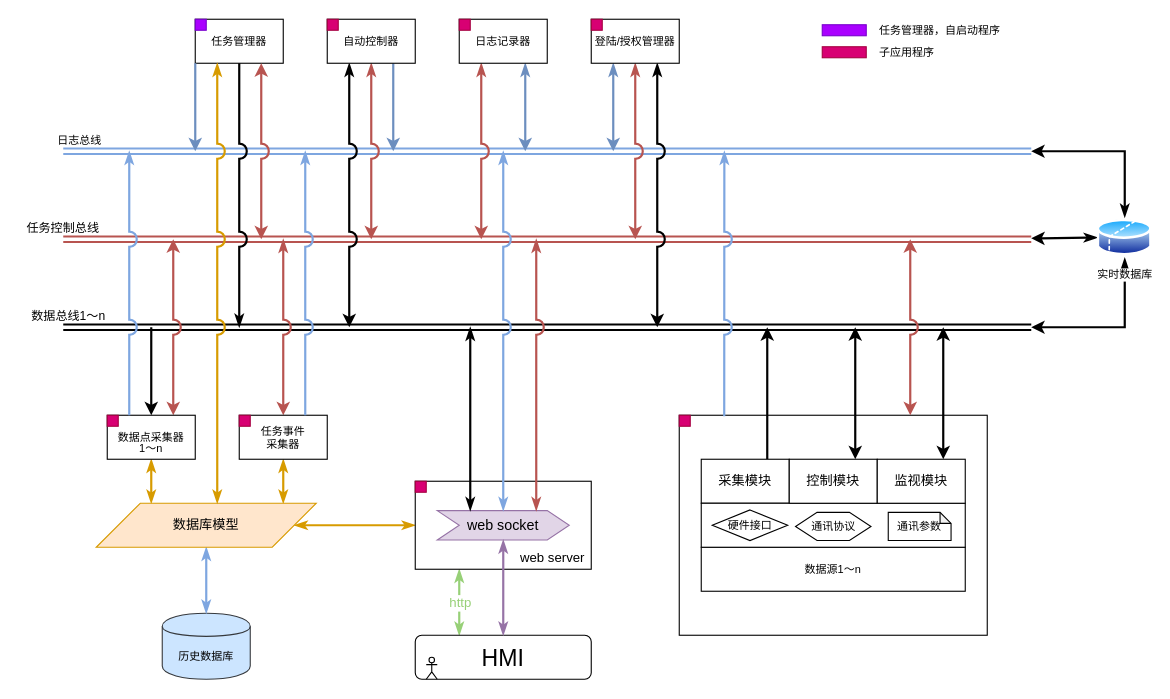
Before: 未命名绘图.drawio in bedreamer/draw.io, a draw.io diagram. Source tidied: cells renumbered, new cells numbered last; positions are measured from the earlier drawing's top-left corner, leaving out a move shared by most shapes. Both pictures are drawn from the tidied source at 110%, with x=0, y=0 at pixel (19, 19).
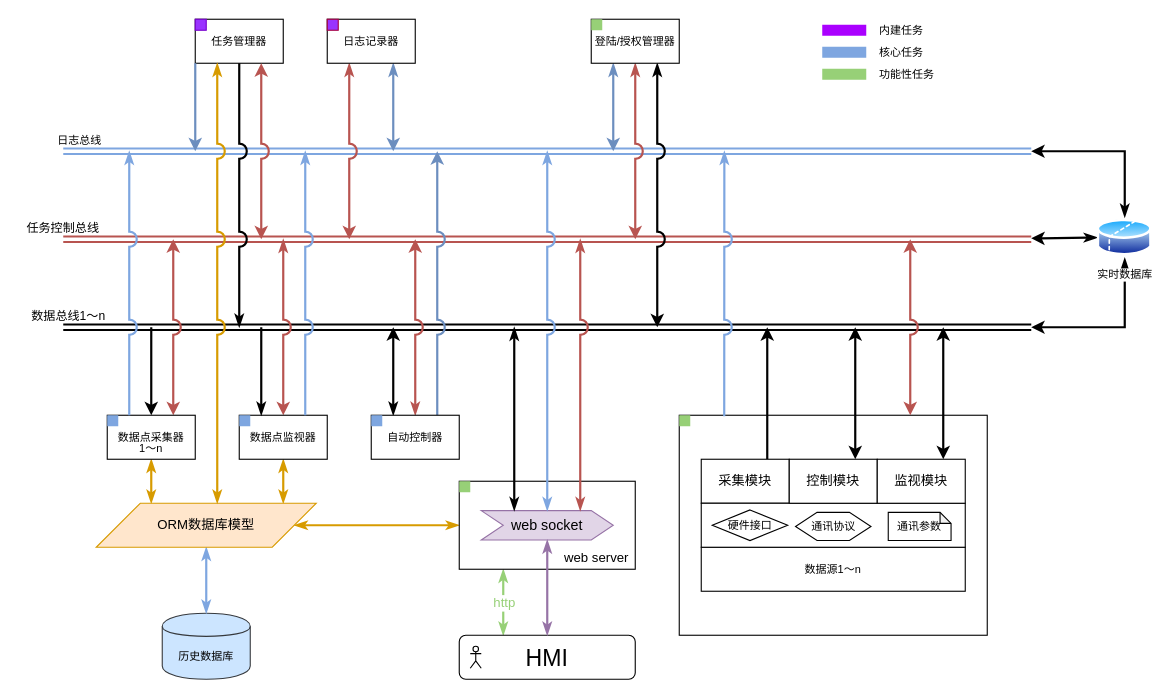
Above is the later version.

Commit message:
更新未命名绘图.drawio

Unchanged cells that the change refers to:
```xml
<mxCell id="26" style="group;" parent="1" vertex="1">
  <mxGeometry x="160" width="80" height="40" as="geometry" />
</mxCell>
<mxCell id="29" style="group;" parent="1" vertex="1">
  <mxGeometry x="80" y="360" width="80" height="40" as="geometry" />
</mxCell>
<mxCell id="32" style="group;" parent="1" vertex="1">
  <mxGeometry x="200" y="360" width="80" height="40" as="geometry" />
</mxCell>
<mxCell id="36" style="group;" parent="35" vertex="1">
  <mxGeometry width="160" height="80" as="geometry" />
</mxCell>
<mxCell id="38" value="web&amp;nbsp;socket" style="shape=step;perimeter=stepPerimeter;whiteSpace=wrap;html=1;fixedSize=1;strokeColor=#9673a6;fillColor=#e1d5e7;fontSize=13;" parent="36" vertex="1">
  <mxGeometry x="20" y="26.7" width="120" height="26.7" as="geometry" />
</mxCell>
```

What changed in the source:
```diff
@@
     <mxCell id="15" value="HMI" style="rounded=1;whiteSpace=wrap;html=1;strokeColor=#000000;fillColor=#ffffff;fontSize=21;" parent="1" vertex="1">
-      <mxGeometry x="360" y="560" width="160" height="40" as="geometry" />
+      <mxGeometry x="400" y="560" width="160" height="40" as="geometry" />
     </mxCell>
@@
     <mxCell id="17" style="shape=umlActor;verticalLabelPosition=bottom;labelBackgroundColor=#ffffff;verticalAlign=top;html=1;strokeColor=#000000;fillColor=#ffffff;fontSize=12;" parent="1" vertex="1">
-      <mxGeometry x="370" y="580" width="10" height="20" as="geometry" />
+      <mxGeometry x="410" y="570" width="10" height="20" as="geometry" />
     </mxCell>
@@
-    <mxCell id="22" value="数据库模型" style="shape=parallelogram;perimeter=parallelogramPerimeter;whiteSpace=wrap;html=1;strokeColor=#d79b00;fillColor=#ffe6cc;fontSize=12;" parent="1" vertex="1">
+    <mxCell id="22" value="ORM数据库模型" style="shape=parallelogram;perimeter=parallelogramPerimeter;whiteSpace=wrap;html=1;strokeColor=#d79b00;fillColor=#ffe6cc;fontSize=12;" parent="1" vertex="1">
       <mxGeometry x="70" y="440" width="200" height="40" as="geometry" />
     </mxCell>
@@
-    <mxCell id="28" style="rounded=0;whiteSpace=wrap;html=1;strokeColor=#7700CC;fillColor=#aa00ff;fontSize=12;fontColor=#ffffff;" parent="26" vertex="1">
+    <mxCell id="28" style="rounded=0;whiteSpace=wrap;html=1;strokeColor=#7700CC;fillColor=#9933FF;fontSize=12;fontColor=#ffffff;" parent="26" vertex="1">
       <mxGeometry width="10" height="10" as="geometry" />
     </mxCell>
@@
-    <mxCell id="31" style="rounded=0;whiteSpace=wrap;html=1;strokeColor=#A50040;fillColor=#d80073;fontSize=12;fontColor=#ffffff;" parent="29" vertex="1">
+    <mxCell id="31" style="rounded=0;whiteSpace=wrap;html=1;strokeColor=none;fillColor=#7EA6E0;fontSize=12;fontColor=#ffffff;" parent="29" vertex="1">
       <mxGeometry width="10" height="10" as="geometry" />
     </mxCell>
@@
-    <mxCell id="33" value="任务事件&lt;br style=&quot;font-size: 10px&quot;&gt;采集器" style="rounded=0;whiteSpace=wrap;html=1;strokeColor=#000000;fillColor=#ffffff;fontSize=10;" parent="32" vertex="1">
+    <mxCell id="33" value="数据点监视器" style="rounded=0;whiteSpace=wrap;html=1;strokeColor=#000000;fillColor=#ffffff;fontSize=10;" parent="32" vertex="1">
       <mxGeometry width="80" height="40" as="geometry" />
     </mxCell>
-    <mxCell id="34" style="rounded=0;whiteSpace=wrap;html=1;strokeColor=#A50040;fillColor=#d80073;fontSize=12;fontColor=#ffffff;" parent="32" vertex="1">
+    <mxCell id="34" style="rounded=0;whiteSpace=wrap;html=1;strokeColor=none;fillColor=#7EA6E0;fontSize=12;fontColor=#ffffff;" parent="32" vertex="1">
       <mxGeometry width="10" height="10" as="geometry" />
     </mxCell>
     <mxCell id="35" style="group;" parent="1" vertex="1">
-      <mxGeometry x="360" y="420" width="160" height="80" as="geometry" />
+      <mxGeometry x="400" y="420" width="160" height="80" as="geometry" />
     </mxCell>
@@
-    <mxCell id="40" style="rounded=0;whiteSpace=wrap;html=1;strokeColor=#A50040;fillColor=#d80073;fontSize=12;fontColor=#ffffff;" parent="36" vertex="1">
+    <mxCell id="40" style="rounded=0;whiteSpace=wrap;html=1;strokeColor=none;fillColor=#97D077;fontSize=12;" parent="36" vertex="1">
       <mxGeometry width="10" height="10" as="geometry" />
     </mxCell>
     <mxCell id="41" style="edgeStyle=orthogonalEdgeStyle;rounded=0;jumpStyle=arc;jumpSize=12;jettySize=auto;html=1;exitX=0.5;exitY=0;exitDx=0;exitDy=0;startArrow=classicThin;startFill=1;endArrow=classicThin;endFill=1;strokeColor=#7EA6E0;strokeWidth=2;fontSize=10;fontColor=#000000;" parent="1" edge="1" source="38">
       <mxGeometry relative="1" as="geometry">
-        <mxPoint x="440" y="120" as="targetPoint" />
+        <mxPoint x="480" y="120" as="targetPoint" />
       </mxGeometry>
     </mxCell>
@@
-    <mxCell id="44" style="rounded=0;whiteSpace=wrap;html=1;strokeColor=#7700CC;fillColor=#aa00ff;fontSize=12;fontColor=#ffffff;" parent="1" vertex="1">
+    <mxCell id="44" style="rounded=0;whiteSpace=wrap;html=1;strokeColor=none;fillColor=#aa00ff;fontSize=12;fontColor=#ffffff;" parent="1" vertex="1">
       <mxGeometry x="730" y="5" width="40" height="10" as="geometry" />
     </mxCell>
-    <mxCell id="45" value="任务管理器，自启动程序" style="text;html=1;strokeColor=none;fillColor=none;align=left;verticalAlign=middle;whiteSpace=wrap;rounded=0;fontSize=10;fontColor=#000000;" parent="1" vertex="1">
-      <mxGeometry x="780" width="120" height="20" as="geometry" />
+    <mxCell id="45" value="内建任务" style="text;html=1;strokeColor=none;fillColor=none;align=left;verticalAlign=middle;whiteSpace=wrap;rounded=0;fontSize=10;fontColor=#000000;" parent="1" vertex="1">
+      <mxGeometry x="780" width="60" height="20" as="geometry" />
     </mxCell>
-    <mxCell id="46" style="rounded=0;whiteSpace=wrap;html=1;strokeColor=#A50040;fillColor=#d80073;fontSize=12;fontColor=#ffffff;" parent="1" vertex="1">
+    <mxCell id="46" style="rounded=0;whiteSpace=wrap;html=1;strokeColor=none;fillColor=#7EA6E0;fontSize=12;fontColor=#ffffff;" parent="1" vertex="1">
       <mxGeometry x="730" y="25" width="40" height="10" as="geometry" />
     </mxCell>
-    <mxCell id="47" value="子应用程序" style="text;html=1;strokeColor=none;fillColor=none;align=left;verticalAlign=middle;whiteSpace=wrap;rounded=0;fontSize=10;fontColor=#000000;" parent="1" vertex="1">
-      <mxGeometry x="780" y="20" width="120" height="20" as="geometry" />
+    <mxCell id="47" value="核心任务" style="text;html=1;strokeColor=none;fillColor=none;align=left;verticalAlign=middle;whiteSpace=wrap;rounded=0;fontSize=10;fontColor=#000000;" parent="1" vertex="1">
+      <mxGeometry x="780" y="20" width="60" height="20" as="geometry" />
     </mxCell>
     <mxCell id="48" style="edgeStyle=orthogonalEdgeStyle;rounded=0;jettySize=auto;html=1;startArrow=classicThin;startFill=1;endArrow=classicThin;endFill=1;strokeColor=#b85450;fontSize=13;fillColor=#f8cecc;jumpStyle=arc;exitX=0.75;exitY=0;exitDx=0;exitDy=0;jumpSize=12;strokeWidth=2;" parent="1" edge="1" source="38">
       <mxGeometry relative="1" as="geometry">
-        <mxPoint x="470" y="200" as="targetPoint" />
+        <mxPoint x="510" y="200" as="targetPoint" />
       </mxGeometry>
     </mxCell>
     <mxCell id="49" style="edgeStyle=orthogonalEdgeStyle;rounded=0;jettySize=auto;html=1;exitX=0.25;exitY=0;exitDx=0;exitDy=0;startArrow=classicThin;startFill=1;endArrow=classicThin;endFill=1;strokeColor=#000000;fontSize=10;strokeWidth=2;" parent="1" edge="1" source="38">
       <mxGeometry relative="1" as="geometry">
-        <mxPoint x="410" y="280" as="targetPoint" />
+        <mxPoint x="450" y="280" as="targetPoint" />
       </mxGeometry>
     </mxCell>
@@
-    <mxCell id="61" style="rounded=0;whiteSpace=wrap;html=1;strokeColor=#A50040;fillColor=#d80073;fontSize=12;fontColor=#ffffff;" parent="1" vertex="1">
+    <mxCell id="61" style="rounded=0;whiteSpace=wrap;html=1;strokeColor=none;fillColor=#97D077;fontSize=12;" parent="1" vertex="1">
       <mxGeometry x="600" y="360" width="10" height="10" as="geometry" />
     </mxCell>
@@
-    <mxCell id="66" style="edgeStyle=orthogonalEdgeStyle;rounded=0;jumpStyle=arc;jumpSize=12;jettySize=auto;html=1;exitX=0.25;exitY=1;exitDx=0;exitDy=0;strokeWidth=2;startArrow=classicThin;startFill=1;" parent="1" edge="1" source="69">
+    <mxCell id="66" style="edgeStyle=orthogonalEdgeStyle;rounded=0;jumpStyle=arc;jumpSize=12;jettySize=auto;html=1;exitX=0.25;exitY=0;exitDx=0;exitDy=0;strokeWidth=2;startArrow=classicThin;startFill=1;" parent="1" edge="1" source="69">
       <mxGeometry relative="1" as="geometry">
-        <mxPoint x="300" y="280" as="targetPoint" />
+        <mxPoint x="340" y="280" as="targetPoint" />
       </mxGeometry>
     </mxCell>
-    <mxCell id="67" style="edgeStyle=orthogonalEdgeStyle;rounded=0;jumpStyle=arc;jumpSize=12;jettySize=auto;html=1;exitX=0.75;exitY=1;exitDx=0;exitDy=0;strokeWidth=2;fillColor=#dae8fc;strokeColor=#6c8ebf;" parent="1" edge="1" source="69">
+    <mxCell id="67" style="edgeStyle=orthogonalEdgeStyle;rounded=0;jumpStyle=arc;jumpSize=12;jettySize=auto;html=1;exitX=0.75;exitY=0;exitDx=0;exitDy=0;strokeWidth=2;fillColor=#dae8fc;strokeColor=#6c8ebf;" parent="1" edge="1" source="69">
       <mxGeometry relative="1" as="geometry">
-        <mxPoint x="340" y="120" as="targetPoint" />
+        <mxPoint x="380" y="120" as="targetPoint" />
       </mxGeometry>
     </mxCell>
-    <mxCell id="68" style="edgeStyle=orthogonalEdgeStyle;rounded=0;jumpStyle=arc;jumpSize=12;jettySize=auto;html=1;exitX=0.5;exitY=1;exitDx=0;exitDy=0;startArrow=classicThin;startFill=1;strokeWidth=2;fillColor=#f8cecc;strokeColor=#b85450;" parent="1" edge="1" source="69">
+    <mxCell id="68" style="edgeStyle=orthogonalEdgeStyle;rounded=0;jumpStyle=arc;jumpSize=12;jettySize=auto;html=1;exitX=0.5;exitY=0;exitDx=0;exitDy=0;startArrow=classicThin;startFill=1;strokeWidth=2;fillColor=#f8cecc;strokeColor=#b85450;" parent="1" edge="1" source="69">
       <mxGeometry relative="1" as="geometry">
-        <mxPoint x="320" y="200" as="targetPoint" />
+        <mxPoint x="360" y="200" as="targetPoint" />
       </mxGeometry>
     </mxCell>
     <mxCell id="69" value="自动控制器" style="rounded=0;whiteSpace=wrap;html=1;fontSize=10;" parent="1" vertex="1">
-      <mxGeometry x="280" width="80" height="40" as="geometry" />
+      <mxGeometry x="320" y="360" width="80" height="40" as="geometry" />
     </mxCell>
-    <mxCell id="70" style="rounded=0;whiteSpace=wrap;html=1;strokeColor=#A50040;fillColor=#d80073;fontSize=12;fontColor=#ffffff;" parent="1" vertex="1">
-      <mxGeometry x="280" width="10" height="10" as="geometry" />
+    <mxCell id="70" style="rounded=0;whiteSpace=wrap;html=1;strokeColor=none;fillColor=#7EA6E0;fontSize=12;fontColor=#ffffff;" parent="1" vertex="1">
+      <mxGeometry x="320" y="360" width="10" height="10" as="geometry" />
     </mxCell>
@@
     <mxCell id="72" style="edgeStyle=orthogonalEdgeStyle;rounded=0;jumpStyle=arc;jumpSize=12;jettySize=auto;html=1;exitX=0.75;exitY=1;exitDx=0;exitDy=0;startArrow=classicThin;startFill=1;strokeWidth=2;fillColor=#dae8fc;strokeColor=#6c8ebf;" parent="1" edge="1" source="74">
       <mxGeometry relative="1" as="geometry">
-        <mxPoint x="460" y="120" as="targetPoint" />
+        <mxPoint x="340" y="120" as="targetPoint" />
       </mxGeometry>
     </mxCell>
     <mxCell id="73" style="edgeStyle=orthogonalEdgeStyle;rounded=0;jumpStyle=arc;jumpSize=12;jettySize=auto;html=1;exitX=0.25;exitY=1;exitDx=0;exitDy=0;startArrow=classicThin;startFill=1;strokeWidth=2;fillColor=#f8cecc;strokeColor=#b85450;" parent="1" edge="1" source="74">
       <mxGeometry relative="1" as="geometry">
-        <mxPoint x="420" y="200" as="targetPoint" />
+        <mxPoint x="300" y="200" as="targetPoint" />
       </mxGeometry>
     </mxCell>
     <mxCell id="74" value="日志记录器" style="rounded=0;whiteSpace=wrap;html=1;fontSize=10;" parent="1" vertex="1">
-      <mxGeometry x="400" width="80" height="40" as="geometry" />
+      <mxGeometry x="280" width="80" height="40" as="geometry" />
     </mxCell>
-    <mxCell id="75" style="rounded=0;whiteSpace=wrap;html=1;strokeColor=#A50040;fillColor=#d80073;fontSize=12;fontColor=#ffffff;" parent="1" vertex="1">
-      <mxGeometry x="400" width="10" height="10" as="geometry" />
+    <mxCell id="75" style="rounded=0;whiteSpace=wrap;html=1;strokeColor=#A50040;fillColor=#9933FF;fontSize=12;fontColor=#ffffff;" parent="1" vertex="1">
+      <mxGeometry x="280" width="10" height="10" as="geometry" />
     </mxCell>
@@
-    <mxCell id="80" style="rounded=0;whiteSpace=wrap;html=1;strokeColor=#A50040;fillColor=#d80073;fontSize=12;fontColor=#ffffff;" parent="1" vertex="1">
+    <mxCell id="80" style="rounded=0;whiteSpace=wrap;html=1;strokeColor=none;fillColor=#97D077;fontSize=12;" parent="1" vertex="1">
       <mxGeometry x="520" width="10" height="10" as="geometry" />
     </mxCell>
@@
+    <mxCell id="85" style="edgeStyle=orthogonalEdgeStyle;rounded=0;jettySize=auto;html=1;exitX=0.25;exitY=0;exitDx=0;exitDy=0;startArrow=classicThin;startFill=1;endArrow=none;endFill=0;strokeWidth=2;" parent="1" edge="1" source="33">
+      <mxGeometry relative="1" as="geometry">
+        <mxPoint x="220" y="280" as="targetPoint" />
+      </mxGeometry>
+    </mxCell>
+    <mxCell id="86" style="rounded=0;whiteSpace=wrap;html=1;strokeColor=none;fillColor=#97D077;fontSize=12;fontColor=#ffffff;" parent="1" vertex="1">
+      <mxGeometry x="730" y="45" width="40" height="10" as="geometry" />
+    </mxCell>
+    <mxCell id="87" value="功能性任务" style="text;html=1;strokeColor=none;fillColor=none;align=left;verticalAlign=middle;whiteSpace=wrap;rounded=0;fontSize=10;fontColor=#000000;" parent="1" vertex="1">
+      <mxGeometry x="780" y="40" width="60" height="20" as="geometry" />
+    </mxCell>
```
